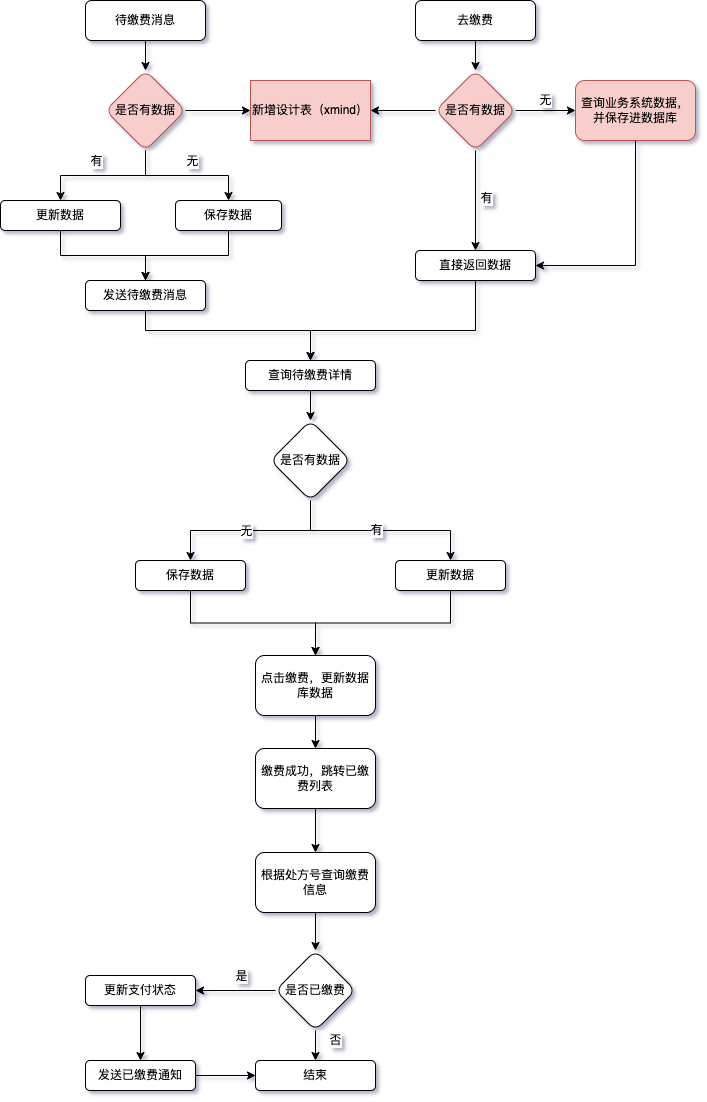
Before: 社康通/待缴费与诊中.drawio.png, a diagram exported from draw.io (mapleFdg/diagrams). Source tidied: cells renumbered, new cells last; positions are measured from the earlier drawing's top-left corner, leaving out a move shared by most shapes.
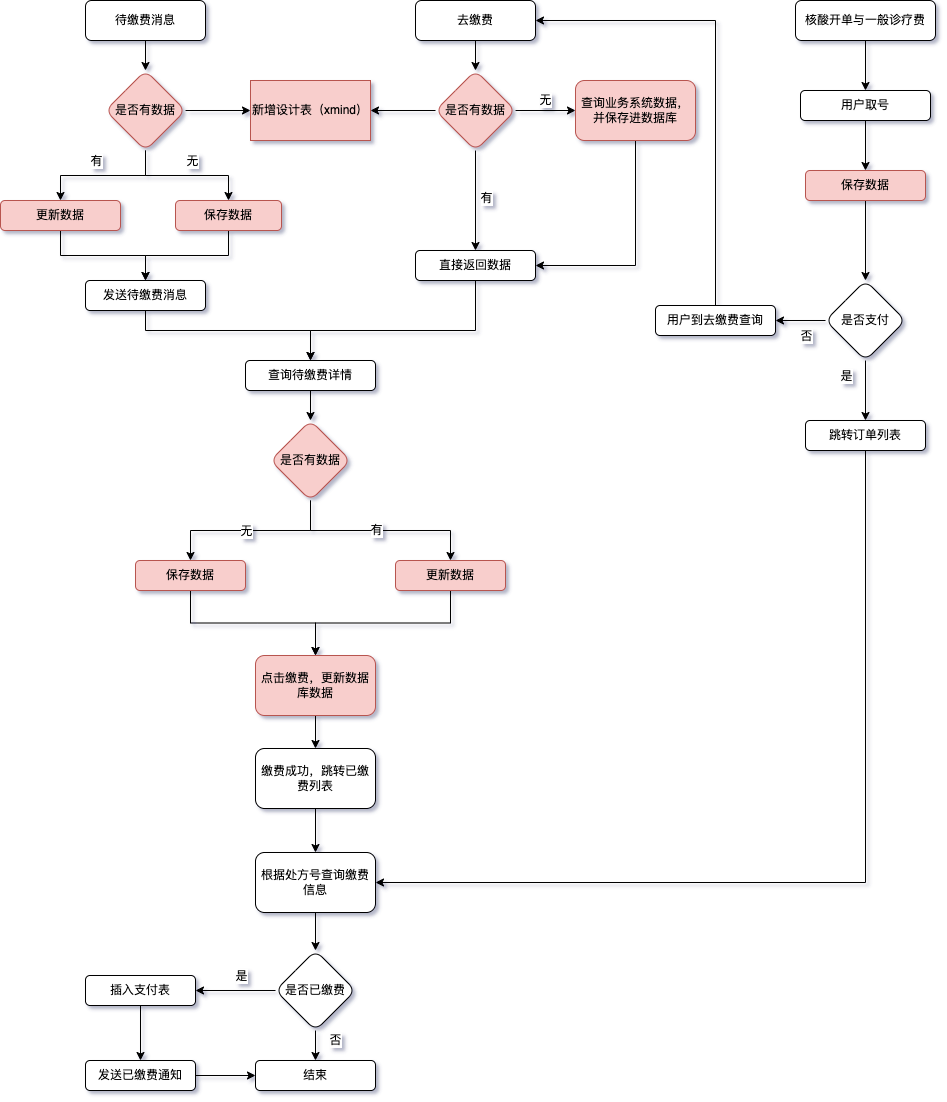
After the change.

Commit message:
更新待缴费与诊中.drawio.png

What changed in the source:
```diff
@@ -73,13 +73,13 @@
     <mxCell id="21" style="edgeStyle=orthogonalEdgeStyle;rounded=0;jettySize=auto;html=1;" parent="1" edge="1" source="22" target="51">
       <mxGeometry relative="1" as="geometry" />
     </mxCell>
-    <mxCell id="22" value="保存数据" style="whiteSpace=wrap;html=1;rounded=1;glass=0;strokeWidth=1;shadow=0;" parent="1" vertex="1">
+    <mxCell id="22" value="保存数据" style="whiteSpace=wrap;html=1;rounded=1;glass=0;strokeWidth=1;shadow=0;fillColor=#f8cecc;strokeColor=#b85450;" parent="1" vertex="1">
       <mxGeometry x="175" y="200" width="106" height="30" as="geometry" />
     </mxCell>
     <mxCell id="23" style="edgeStyle=orthogonalEdgeStyle;rounded=0;jettySize=auto;html=1;" parent="1" edge="1" source="24" target="51">
       <mxGeometry relative="1" as="geometry" />
     </mxCell>
-    <mxCell id="24" value="更新数据" style="whiteSpace=wrap;html=1;rounded=1;glass=0;strokeWidth=1;shadow=0;" parent="1" vertex="1">
+    <mxCell id="24" value="更新数据" style="whiteSpace=wrap;html=1;rounded=1;glass=0;strokeWidth=1;shadow=0;fillColor=#f8cecc;strokeColor=#b85450;" parent="1" vertex="1">
       <mxGeometry y="200" width="120" height="30" as="geometry" />
     </mxCell>
     <mxCell id="25" style="edgeStyle=orthogonalEdgeStyle;rounded=0;jettySize=auto;html=1;" parent="1" edge="1" source="26" target="31">
@@ -104,25 +104,25 @@
         <mxPoint x="8" as="offset" />
       </mxGeometry>
     </mxCell>
-    <mxCell id="31" value="是否有数据" style="rhombus;whiteSpace=wrap;html=1;rounded=1;glass=0;strokeWidth=1;shadow=0;" parent="1" vertex="1">
+    <mxCell id="31" value="是否有数据" style="rhombus;whiteSpace=wrap;html=1;rounded=1;glass=0;strokeWidth=1;shadow=0;fillColor=#f8cecc;strokeColor=#b85450;" parent="1" vertex="1">
       <mxGeometry x="270" y="420" width="80" height="80" as="geometry" />
     </mxCell>
     <mxCell id="32" style="edgeStyle=orthogonalEdgeStyle;rounded=0;jettySize=auto;html=1;exitX=0.5;exitY=1;exitDx=0;exitDy=0;" parent="1" edge="1" source="33" target="37">
       <mxGeometry relative="1" as="geometry" />
     </mxCell>
-    <mxCell id="33" value="保存数据" style="whiteSpace=wrap;html=1;rounded=1;glass=0;strokeWidth=1;shadow=0;" parent="1" vertex="1">
+    <mxCell id="33" value="保存数据" style="whiteSpace=wrap;html=1;rounded=1;glass=0;strokeWidth=1;shadow=0;fillColor=#f8cecc;strokeColor=#b85450;" parent="1" vertex="1">
       <mxGeometry x="135" y="560" width="110" height="30" as="geometry" />
     </mxCell>
     <mxCell id="34" style="edgeStyle=orthogonalEdgeStyle;rounded=0;jettySize=auto;html=1;entryX=0.5;entryY=0;entryDx=0;entryDy=0;exitX=0.5;exitY=1;exitDx=0;exitDy=0;" parent="1" edge="1" source="35" target="37">
       <mxGeometry relative="1" as="geometry" />
     </mxCell>
-    <mxCell id="35" value="更新数据" style="whiteSpace=wrap;html=1;rounded=1;glass=0;strokeWidth=1;shadow=0;" parent="1" vertex="1">
+    <mxCell id="35" value="更新数据" style="whiteSpace=wrap;html=1;rounded=1;glass=0;strokeWidth=1;shadow=0;fillColor=#f8cecc;strokeColor=#b85450;" parent="1" vertex="1">
       <mxGeometry x="395" y="560" width="110" height="30" as="geometry" />
     </mxCell>
     <mxCell id="36" style="edgeStyle=orthogonalEdgeStyle;rounded=0;jettySize=auto;html=1;" parent="1" edge="1" source="37" target="39">
       <mxGeometry relative="1" as="geometry" />
     </mxCell>
-    <mxCell id="37" value="点击缴费，更新数据库数据" style="whiteSpace=wrap;html=1;rounded=1;glass=0;strokeWidth=1;shadow=0;" parent="1" vertex="1">
+    <mxCell id="37" value="点击缴费，更新数据库数据" style="whiteSpace=wrap;html=1;rounded=1;glass=0;strokeWidth=1;shadow=0;fillColor=#f8cecc;strokeColor=#b85450;" parent="1" vertex="1">
       <mxGeometry x="255" y="655" width="120" height="60" as="geometry" />
     </mxCell>
     <mxCell id="38" style="edgeStyle=orthogonalEdgeStyle;rounded=0;jettySize=auto;html=1;" parent="1" edge="1" source="39" target="41">
@@ -159,7 +159,7 @@
     <mxCell id="47" style="edgeStyle=orthogonalEdgeStyle;rounded=0;jettySize=auto;html=1;" parent="1" edge="1" source="48" target="53">
       <mxGeometry relative="1" as="geometry" />
     </mxCell>
-    <mxCell id="48" value="更新支付状态" style="whiteSpace=wrap;html=1;rounded=1;glass=0;strokeWidth=1;shadow=0;" parent="1" vertex="1">
+    <mxCell id="48" value="插入支付表" style="whiteSpace=wrap;html=1;rounded=1;glass=0;strokeWidth=1;shadow=0;" parent="1" vertex="1">
       <mxGeometry x="85" y="975" width="110" height="30" as="geometry" />
     </mxCell>
     <mxCell id="49" value="结束" style="whiteSpace=wrap;html=1;rounded=1;glass=0;strokeWidth=1;shadow=0;" parent="1" vertex="1">
@@ -185,5 +185,54 @@
     <mxCell id="54" value="&lt;span&gt;新增设计表（xmind）&lt;/span&gt;" style="rounded=0;whiteSpace=wrap;html=1;fillColor=#f8cecc;strokeColor=#b85450;" parent="1" vertex="1">
       <mxGeometry x="250" y="80" width="120" height="60" as="geometry" />
     </mxCell>
+    <mxCell id="55" style="edgeStyle=orthogonalEdgeStyle;rounded=0;jettySize=auto;html=1;" parent="1" edge="1" source="56" target="58">
+      <mxGeometry relative="1" as="geometry" />
+    </mxCell>
+    <mxCell id="56" value="核酸开单与一般诊疗费" style="rounded=1;whiteSpace=wrap;html=1;" parent="1" vertex="1">
+      <mxGeometry x="795" width="140" height="40" as="geometry" />
+    </mxCell>
+    <mxCell id="57" style="edgeStyle=orthogonalEdgeStyle;rounded=0;jettySize=auto;html=1;" parent="1" edge="1" source="58" target="60">
+      <mxGeometry relative="1" as="geometry" />
+    </mxCell>
+    <mxCell id="58" value="用户取号" style="whiteSpace=wrap;html=1;rounded=1;" parent="1" vertex="1">
+      <mxGeometry x="800" y="90" width="130" height="30" as="geometry" />
+    </mxCell>
+    <mxCell id="59" style="edgeStyle=orthogonalEdgeStyle;rounded=0;jettySize=auto;html=1;" parent="1" edge="1" source="60" target="65">
+      <mxGeometry relative="1" as="geometry" />
+    </mxCell>
+    <mxCell id="60" value="保存数据" style="whiteSpace=wrap;html=1;rounded=1;fillColor=#f8cecc;strokeColor=#b85450;" parent="1" vertex="1">
+      <mxGeometry x="805" y="170" width="120" height="30" as="geometry" />
+    </mxCell>
+    <mxCell id="61" style="edgeStyle=orthogonalEdgeStyle;rounded=0;jettySize=auto;html=1;" parent="1" edge="1" source="65" target="67">
+      <mxGeometry relative="1" as="geometry" />
+    </mxCell>
+    <mxCell id="62" value="是" style="edgeLabel;html=1;align=center;verticalAlign=middle;" parent="61" vertex="1">
+      <mxGeometry x="-0.3" y="-1" relative="1" as="geometry">
+        <mxPoint x="-19" y="-6" as="offset" />
+      </mxGeometry>
+    </mxCell>
+    <mxCell id="63" style="edgeStyle=orthogonalEdgeStyle;rounded=0;jettySize=auto;html=1;" parent="1" edge="1" source="65" target="69">
+      <mxGeometry relative="1" as="geometry" />
+    </mxCell>
+    <mxCell id="64" value="否" style="edgeLabel;html=1;align=center;verticalAlign=middle;" parent="63" vertex="1">
+      <mxGeometry x="-0.2" y="3" relative="1" as="geometry">
+        <mxPoint y="12" as="offset" />
+      </mxGeometry>
+    </mxCell>
+    <mxCell id="65" value="是否支付" style="rhombus;whiteSpace=wrap;html=1;rounded=1;" parent="1" vertex="1">
+      <mxGeometry x="825" y="280" width="80" height="80" as="geometry" />
+    </mxCell>
+    <mxCell id="66" style="edgeStyle=orthogonalEdgeStyle;rounded=0;jettySize=auto;html=1;entryX=1;entryY=0.5;entryDx=0;entryDy=0;exitX=0.5;exitY=1;exitDx=0;exitDy=0;" parent="1" edge="1" source="67" target="41">
+      <mxGeometry relative="1" as="geometry" />
+    </mxCell>
+    <mxCell id="67" value="跳转订单列表" style="whiteSpace=wrap;html=1;rounded=1;" parent="1" vertex="1">
+      <mxGeometry x="805" y="420" width="120" height="30" as="geometry" />
+    </mxCell>
+    <mxCell id="68" style="edgeStyle=orthogonalEdgeStyle;rounded=0;jettySize=auto;html=1;entryX=1;entryY=0.5;entryDx=0;entryDy=0;exitX=0.5;exitY=0;exitDx=0;exitDy=0;" parent="1" edge="1" source="69" target="3">
+      <mxGeometry relative="1" as="geometry" />
+    </mxCell>
+    <mxCell id="69" value="用户到去缴费查询" style="whiteSpace=wrap;html=1;rounded=1;" parent="1" vertex="1">
+      <mxGeometry x="655" y="305" width="120" height="30" as="geometry" />
+    </mxCell>
   </root>
 </mxGraphModel>
```
